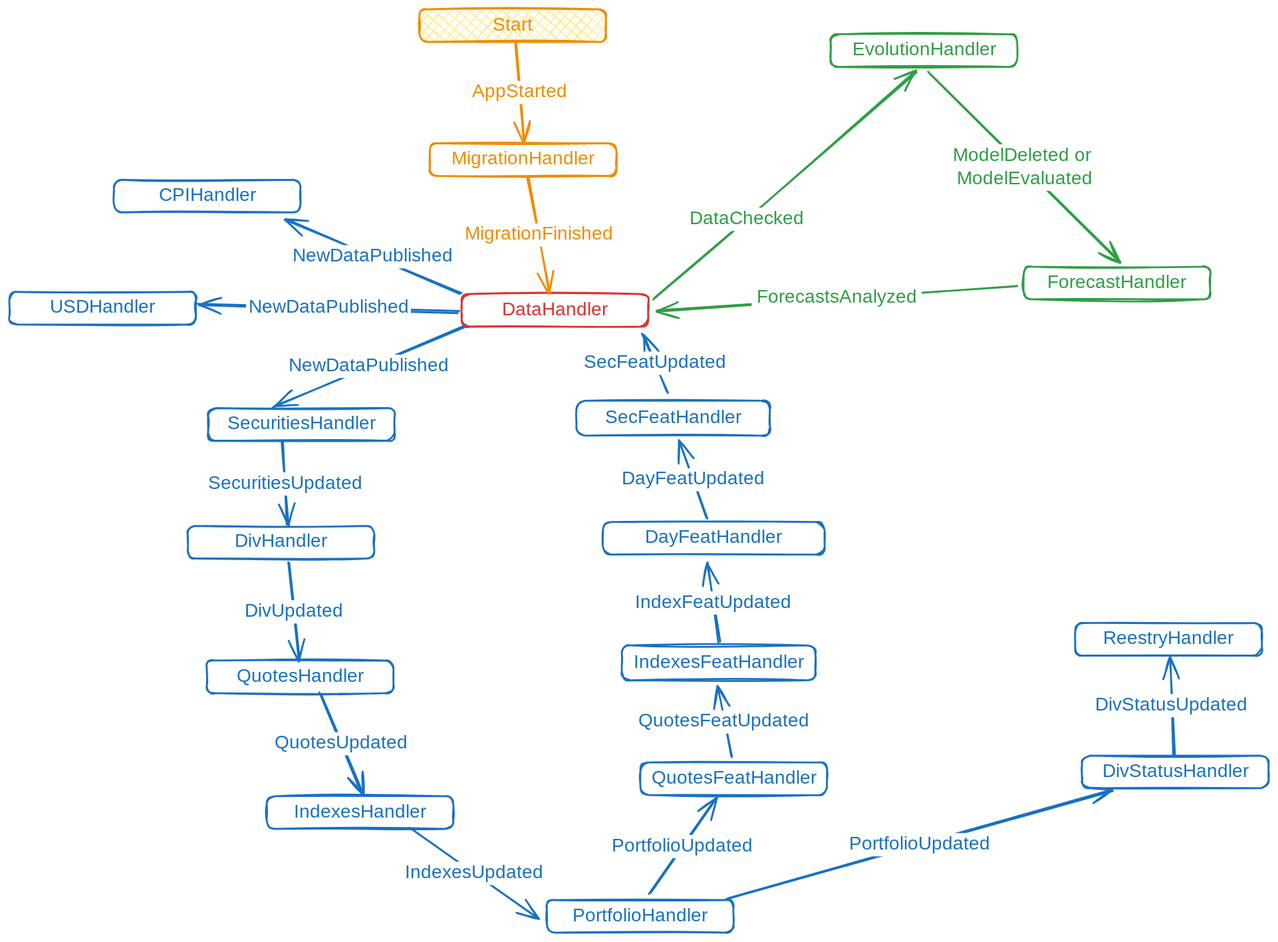
Above: docs/.excalidraw.svg in WLM1ke/poptimizer (Excalidraw), before the change. Source tidied: one line per element, renumbered; positions are measured from the earlier drawing's top-left corner, leaving out a move shared by most shapes.
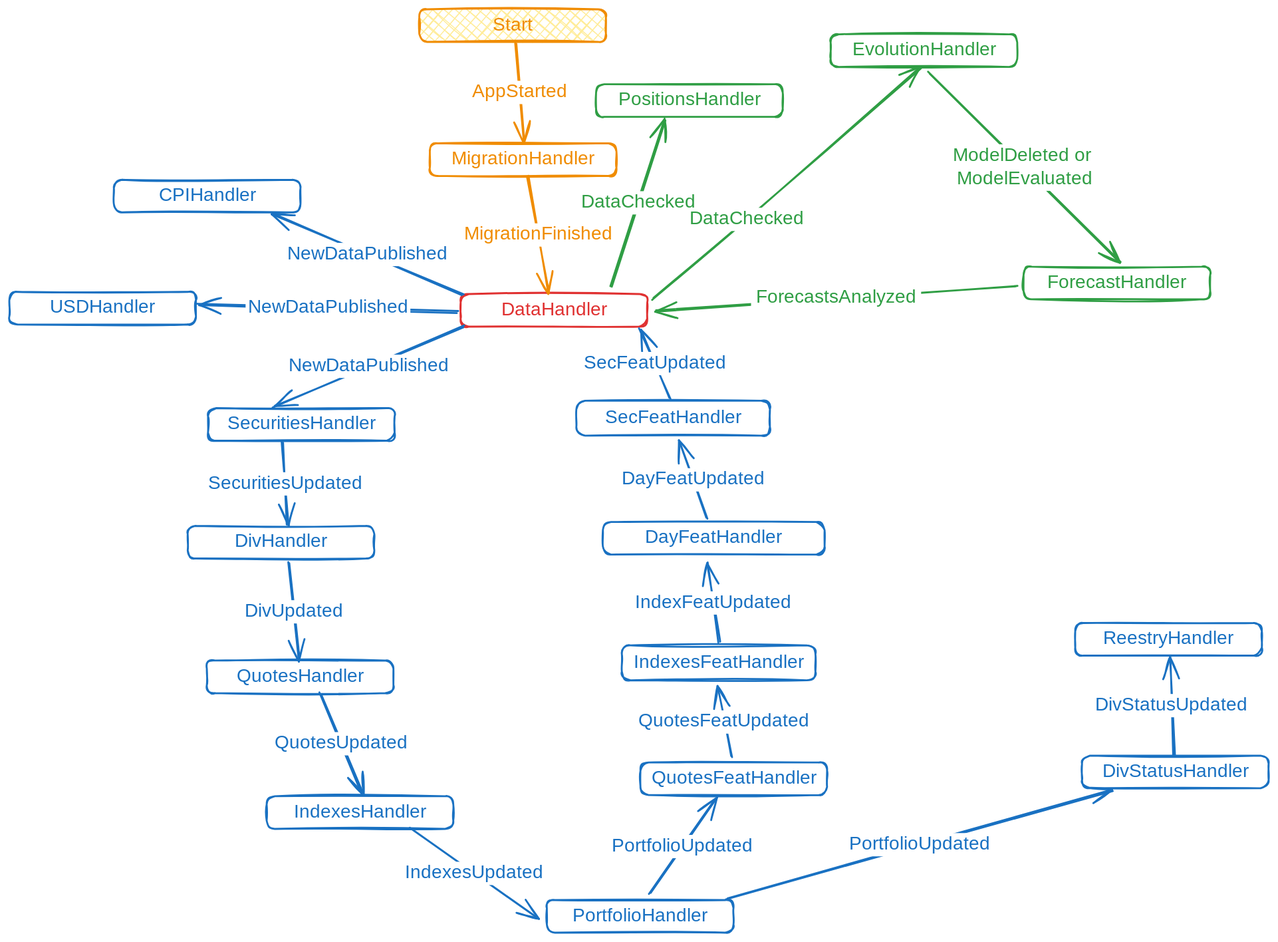
After the change.

Commit message:
docs: about Tinkoff auto update

Change to the diagram source:
```diff
@@ -1,16 +1,16 @@
-{"id": 0, "type": "rectangle", "strokeColor": "#e03131", "strokeWidth": 2, "roughness": 1, "round": true, "x": 486, "y": 306, "width": 200, "height": 35}
+{"id": 0, "type": "rectangle", "strokeColor": "#e03131", "strokeWidth": 2, "roughness": 1, "round": true, "x": 485, "y": 306, "width": 200, "height": 35}
-{"id": 1, "type": "text", "text": "DataHandler", "strokeColor": "#e03131", "strokeWidth": 2, "roughness": 1, "fontSize": 20, "fontFamily": 1, "textAlign": "center", "verticalAlign": "middle", "inside": 0, "x": 524, "y": 311, "width": 123, "height": 25}
+{"id": 1, "type": "text", "text": "DataHandler", "strokeColor": "#e03131", "strokeWidth": 2, "roughness": 1, "fontSize": 20, "fontFamily": 1, "textAlign": "center", "verticalAlign": "middle", "inside": 0, "x": 523, "y": 311, "width": 123, "height": 25}
 {"id": 2, "type": "rectangle", "strokeColor": "#2f9e44", "strokeWidth": 2, "roughness": 1, "round": true, "x": 882, "y": 27, "width": 200, "height": 35}
 {"id": 3, "type": "text", "text": "EvolutionHandler", "strokeColor": "#2f9e44", "strokeWidth": 2, "roughness": 1, "fontSize": 20, "fontFamily": 1, "textAlign": "center", "verticalAlign": "middle", "inside": 2, "x": 904, "y": 32, "width": 158, "height": 25}
-{"id": 4, "type": "arrow", "strokeColor": "#2f9e44", "strokeWidth": 2, "roughness": 1, "endArrowhead": "arrow", "round": true, "from": 0, "to": 2, "x": 693, "y": 311, "width": 280, "height": 243, "points": [[0, 0], [99, -85], [280, -243]]}
+{"id": 4, "type": "arrow", "strokeColor": "#2f9e44", "strokeWidth": 2, "roughness": 1, "endArrowhead": "arrow", "round": true, "from": 0, "to": 2, "x": 692, "y": 311, "width": 287, "height": 248, "points": [[0, 0], [101, -85], [287, -248]]}
-{"id": 5, "type": "text", "text": "DataChecked", "strokeColor": "#2f9e44", "strokeWidth": 2, "roughness": 1, "fontSize": 20, "fontFamily": 1, "textAlign": "center", "verticalAlign": "middle", "inside": 4, "x": 728, "y": 213, "width": 129, "height": 25}
+{"id": 74, "type": "text", "text": "DataChecked", "strokeColor": "#2f9e44", "strokeWidth": 2, "roughness": 1, "fontSize": 20, "fontFamily": 5, "textAlign": "center", "verticalAlign": "middle", "inside": 4, "x": 728, "y": 213, "width": 128, "height": 25}
 {"id": 6, "type": "rectangle", "strokeColor": "#1971c2", "strokeWidth": 2, "roughness": 1, "round": true, "x": 112, "y": 183, "width": 200, "height": 35}
 {"id": 7, "type": "text", "text": "CPIHandler", "strokeColor": "#1971c2", "strokeWidth": 2, "roughness": 1, "fontSize": 20, "fontFamily": 1, "textAlign": "center", "verticalAlign": "middle", "inside": 6, "x": 159, "y": 188, "width": 107, "height": 25}
-{"id": 8, "type": "arrow", "strokeColor": "#1971c2", "strokeWidth": 2, "roughness": 1, "endArrowhead": "arrow", "round": true, "from": 0, "to": 6, "x": 484, "y": 305, "width": 187, "height": 80, "points": [[0, 0], [-187, -80]]}
+{"id": 8, "type": "arrow", "strokeColor": "#1971c2", "strokeWidth": 2, "roughness": 1, "endArrowhead": "arrow", "round": true, "from": 0, "to": 6, "x": 487, "y": 307, "width": 204, "height": 87, "points": [[0, 0], [-204, -87]]}
 {"id": 9, "type": "text", "text": "NewDataPublished", "strokeColor": "#1971c2", "strokeWidth": 2, "roughness": 1, "fontSize": 20, "fontFamily": 1, "textAlign": "center", "verticalAlign": "middle", "inside": 8, "x": 311, "y": 253, "width": 177, "height": 25}
 {"id": 10, "type": "rectangle", "strokeColor": "#1971c2", "strokeWidth": 2, "roughness": 1, "round": true, "x": 276, "y": 845, "width": 200, "height": 35}
 {"id": 11, "type": "text", "text": "IndexesHandler", "strokeColor": "#1971c2", "strokeWidth": 2, "roughness": 1, "fontSize": 20, "fontFamily": 1, "textAlign": "center", "verticalAlign": "middle", "inside": 10, "x": 304, "y": 850, "width": 145, "height": 25}
-{"id": 12, "type": "arrow", "strokeColor": "#1971c2", "strokeWidth": 2, "roughness": 1, "endArrowhead": "arrow", "round": true, "from": 0, "to": 14, "x": 489, "y": 340, "width": 205, "height": 87, "points": [[0, 0], [-205, 87]]}
+{"id": 12, "type": "arrow", "strokeColor": "#1971c2", "strokeWidth": 2, "roughness": 1, "endArrowhead": "arrow", "round": true, "from": 0, "to": 14, "x": 488, "y": 340, "width": 204, "height": 86, "points": [[0, 0], [-204, 86]]}
 {"id": 13, "type": "text", "text": "NewDataPublished", "strokeColor": "#1971c2", "strokeWidth": 2, "roughness": 1, "fontSize": 20, "fontFamily": 1, "textAlign": "center", "verticalAlign": "middle", "inside": 12, "x": 303, "y": 355, "width": 177, "height": 25}
 {"id": 14, "type": "rectangle", "strokeColor": "#1971c2", "strokeWidth": 2, "roughness": 1, "round": true, "x": 213, "y": 428, "width": 200, "height": 35}
 {"id": 15, "type": "text", "text": "SecuritiesHandler", "strokeColor": "#1971c2", "strokeWidth": 2, "roughness": 1, "fontSize": 20, "fontFamily": 1, "textAlign": "center", "verticalAlign": "middle", "inside": 14, "x": 231, "y": 433, "width": 165, "height": 25}
@@ -24,7 +24,7 @@
 {"id": 23, "type": "text", "text": "MigrationHandler", "strokeColor": "#f08c00", "strokeWidth": 2, "roughness": 1, "fontSize": 20, "fontFamily": 1, "textAlign": "center", "verticalAlign": "middle", "inside": 22, "x": 473, "y": 149, "width": 158, "height": 25}
 {"id": 24, "type": "rectangle", "strokeColor": "#f08c00", "backgroundColor": "#ffec99", "fillStyle": "cross-hatch", "strokeWidth": 2, "roughness": 1, "round": true, "x": 440, "y": 0, "width": 200, "height": 35}
 {"id": 25, "type": "text", "text": "Start", "strokeColor": "#f08c00", "strokeWidth": 2, "roughness": 1, "fontSize": 20, "fontFamily": 1, "textAlign": "center", "verticalAlign": "middle", "inside": 24, "x": 512, "y": 5, "width": 57, "height": 25}
-{"id": 26, "type": "arrow", "strokeColor": "#f08c00", "strokeWidth": 2, "roughness": 1, "endArrowhead": "arrow", "round": true, "from": 22, "to": 0, "x": 557, "y": 179, "width": 24, "height": 126, "points": [[0, 0], [24, 126]]}
+{"id": 26, "type": "arrow", "strokeColor": "#f08c00", "strokeWidth": 2, "roughness": 1, "endArrowhead": "arrow", "round": true, "from": 22, "to": 0, "x": 557, "y": 179, "width": 23, "height": 126, "points": [[0, 0], [23, 126]]}
 {"id": 27, "type": "text", "text": "MigrationFinished", "strokeColor": "#f08c00", "strokeWidth": 2, "roughness": 1, "fontSize": 20, "fontFamily": 1, "textAlign": "center", "verticalAlign": "middle", "inside": 26, "x": 489, "y": 230, "width": 160, "height": 25}
 {"id": 28, "type": "arrow", "strokeColor": "#f08c00", "strokeWidth": 2, "roughness": 1, "endArrowhead": "arrow", "round": true, "from": 24, "to": 22, "x": 544, "y": 36, "width": 8, "height": 107, "points": [[0, 0], [8, 107]]}
 {"id": 29, "type": "text", "text": "AppStarted", "strokeColor": "#f08c00", "strokeWidth": 2, "roughness": 1, "fontSize": 20, "fontFamily": 1, "textAlign": "center", "verticalAlign": "middle", "inside": 28, "x": 358, "y": 103, "width": 112, "height": 25}
@@ -48,13 +48,13 @@
 {"id": 47, "type": "text", "text": "DivStatusUpdated", "strokeColor": "#1971c2", "strokeWidth": 2, "roughness": 1, "fontSize": 20, "fontFamily": 1, "textAlign": "center", "verticalAlign": "middle", "inside": 46, "x": 973, "y": 602, "width": 183, "height": 25}
 {"id": 48, "type": "rectangle", "strokeColor": "#1971c2", "strokeWidth": 2, "roughness": 1, "round": true, "x": 0, "y": 303, "width": 200, "height": 35}
 {"id": 49, "type": "text", "text": "USDHandler", "strokeColor": "#1971c2", "strokeWidth": 2, "roughness": 1, "fontSize": 20, "fontFamily": 1, "textAlign": "center", "verticalAlign": "middle", "inside": 48, "x": 44, "y": 308, "width": 112, "height": 25}
-{"id": 50, "type": "arrow", "strokeColor": "#1971c2", "strokeWidth": 2, "roughness": 1, "endArrowhead": "arrow", "round": true, "from": 0, "to": 48, "x": 483, "y": 324, "width": 281, "height": 8, "points": [[0, 0], [-281, -8]]}
+{"id": 50, "type": "arrow", "strokeColor": "#1971c2", "strokeWidth": 2, "roughness": 1, "endArrowhead": "arrow", "round": true, "from": 0, "to": 48, "x": 482, "y": 324, "width": 280, "height": 8, "points": [[0, 0], [-280, -8]]}
 {"id": 51, "type": "text", "text": "NewDataPublished", "strokeColor": "#1971c2", "strokeWidth": 2, "roughness": 1, "fontSize": 20, "fontFamily": 1, "textAlign": "center", "verticalAlign": "middle", "inside": 50, "x": 239, "y": 297, "width": 177, "height": 25}
 {"id": 52, "type": "rectangle", "strokeColor": "#2f9e44", "strokeWidth": 2, "roughness": 1, "round": true, "x": 1090, "y": 276, "width": 200, "height": 35}
 {"id": 53, "type": "text", "text": "ForecastHandler", "strokeColor": "#2f9e44", "strokeWidth": 2, "roughness": 1, "fontSize": 20, "fontFamily": 1, "textAlign": "center", "verticalAlign": "middle", "inside": 52, "x": 1111, "y": 281, "width": 158, "height": 25}
 {"id": 54, "type": "arrow", "strokeColor": "#2f9e44", "strokeWidth": 2, "roughness": 1, "endArrowhead": "arrow", "round": true, "from": 2, "to": 52, "x": 988, "y": 68, "width": 206, "height": 205, "points": [[0, 0], [206, 205]]}
 {"id": 55, "type": "text", "text": "ModelDeleted or \nModelEvaluated", "strokeColor": "#2f9e44", "strokeWidth": 2, "roughness": 1, "fontSize": 20, "fontFamily": 1, "textAlign": "center", "verticalAlign": "middle", "inside": 54, "x": 939, "y": 149, "width": 170, "height": 50}
-{"id": 56, "type": "arrow", "strokeColor": "#2f9e44", "strokeWidth": 2, "roughness": 1, "endArrowhead": "arrow", "round": true, "from": 52, "to": 0, "x": 1081, "y": 297, "width": 385, "height": 26, "points": [[0, 0], [-385, 26]]}
+{"id": 56, "type": "arrow", "strokeColor": "#2f9e44", "strokeWidth": 2, "roughness": 1, "endArrowhead": "arrow", "round": true, "from": 52, "to": 0, "x": 1081, "y": 297, "width": 387, "height": 26, "points": [[0, 0], [-387, 26]]}
 {"id": 57, "type": "text", "text": "ForecastsAnalyzed", "strokeColor": "#2f9e44", "strokeWidth": 2, "roughness": 1, "fontSize": 20, "fontFamily": 1, "textAlign": "center", "verticalAlign": "middle", "inside": 56, "x": 797, "y": 298, "width": 183, "height": 25}
 {"id": 58, "type": "arrow", "strokeColor": "#1971c2", "strokeWidth": 2, "roughness": 1, "endArrowhead": "arrow", "round": true, "from": 60, "to": 62, "x": 776, "y": 803, "width": 15, "height": 76, "points": [[0, 0], [-15, -76]]}
 {"id": 59, "type": "text", "text": "QuotesFeatUpdated", "strokeColor": "#1971c2", "strokeWidth": 2, "roughness": 1, "fontSize": 20, "fontFamily": 1, "textAlign": "center", "verticalAlign": "middle", "inside": 58, "x": 575, "y": 389, "width": 199, "height": 25}
@@ -66,9 +66,13 @@
 {"id": 65, "type": "text", "text": "IndexFeatUpdated", "strokeColor": "#1971c2", "strokeWidth": 2, "roughness": 1, "fontSize": 20, "fontFamily": 1, "textAlign": "center", "verticalAlign": "middle", "inside": 64, "x": 579, "y": 363, "width": 183, "height": 25}
 {"id": 66, "type": "rectangle", "strokeColor": "#1971c2", "strokeWidth": 2, "roughness": 1, "round": true, "x": 609, "y": 420, "width": 208, "height": 37}
 {"id": 67, "type": "text", "text": "SecFeatHandler", "strokeColor": "#1971c2", "strokeWidth": 2, "roughness": 1, "fontSize": 20, "fontFamily": 1, "textAlign": "center", "verticalAlign": "middle", "inside": 66, "x": 638, "y": 427, "width": 150, "height": 25}
-{"id": 68, "type": "arrow", "strokeColor": "#1971c2", "strokeWidth": 2, "roughness": 1, "endArrowhead": "arrow", "round": true, "from": 66, "to": 0, "x": 707, "y": 412, "width": 27, "height": 64, "points": [[0, 0], [-27, -64]]}
+{"id": 68, "type": "arrow", "strokeColor": "#1971c2", "strokeWidth": 2, "roughness": 1, "endArrowhead": "arrow", "round": true, "from": 66, "to": 0, "x": 710, "y": 418, "width": 32, "height": 76, "points": [[0, 0], [-32, -76]]}
 {"id": 69, "type": "text", "text": "SecFeatUpdated", "strokeColor": "#1971c2", "strokeWidth": 2, "roughness": 1, "fontSize": 20, "fontFamily": 1, "textAlign": "center", "verticalAlign": "middle", "inside": 68, "x": 617, "y": 391, "width": 163, "height": 25}
 {"id": 70, "type": "rectangle", "strokeColor": "#1971c2", "strokeWidth": 2, "roughness": 1, "round": true, "x": 638, "y": 550, "width": 238, "height": 35}
 {"id": 71, "type": "text", "text": "DayFeatHandler", "strokeColor": "#1971c2", "strokeWidth": 2, "roughness": 1, "fontSize": 20, "fontFamily": 1, "textAlign": "center", "verticalAlign": "middle", "inside": 70, "x": 679, "y": 555, "width": 155, "height": 25}
 {"id": 72, "type": "arrow", "strokeColor": "#1971c2", "strokeWidth": 2, "roughness": 1, "endArrowhead": "arrow", "round": true, "from": 70, "to": 66, "x": 750, "y": 547, "width": 30, "height": 84, "points": [[0, 0], [-30, -84]]}
 {"id": 73, "type": "text", "text": "DayFeatUpdated", "strokeColor": "#1971c2", "strokeWidth": 2, "roughness": 1, "fontSize": 20, "fontFamily": 1, "textAlign": "center", "verticalAlign": "middle", "inside": 72, "x": 651, "y": 493, "width": 168, "height": 25}
+{"id": 75, "type": "rectangle", "strokeColor": "#2f9e44", "strokeWidth": 2, "roughness": 1, "round": true, "x": 630, "y": 80, "width": 200, "height": 35}
+{"id": 76, "type": "text", "text": "PositionsHandler", "strokeColor": "#2f9e44", "strokeWidth": 2, "roughness": 1, "fontSize": 20, "fontFamily": 1, "textAlign": "center", "verticalAlign": "middle", "inside": 75, "x": 652, "y": 85, "width": 156, "height": 25}
+{"id": 77, "type": "arrow", "strokeColor": "#2f9e44", "strokeWidth": 2, "roughness": 1, "endArrowhead": "arrow", "round": true, "from": 0, "to": 75, "x": 647, "y": 297, "width": 57, "height": 178, "points": [[0, 0], [57, -178]]}
+{"id": 78, "type": "text", "text": "DataChecked", "strokeColor": "#2f9e44", "strokeWidth": 2, "roughness": 1, "fontSize": 20, "fontFamily": 5, "textAlign": "center", "verticalAlign": "middle", "inside": 77, "x": 612, "y": 195, "width": 128, "height": 25}
```
